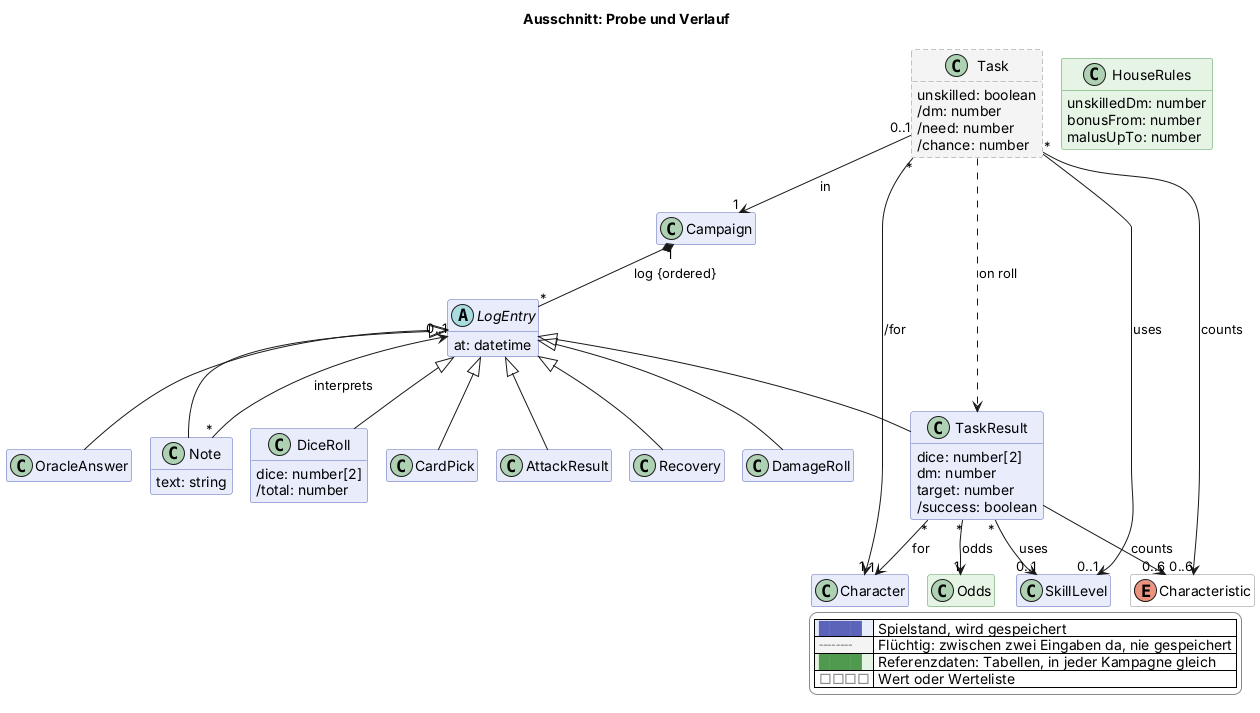
Earlier version of the PlantUML export docs/views/probe.png (scuzzar/SRE).
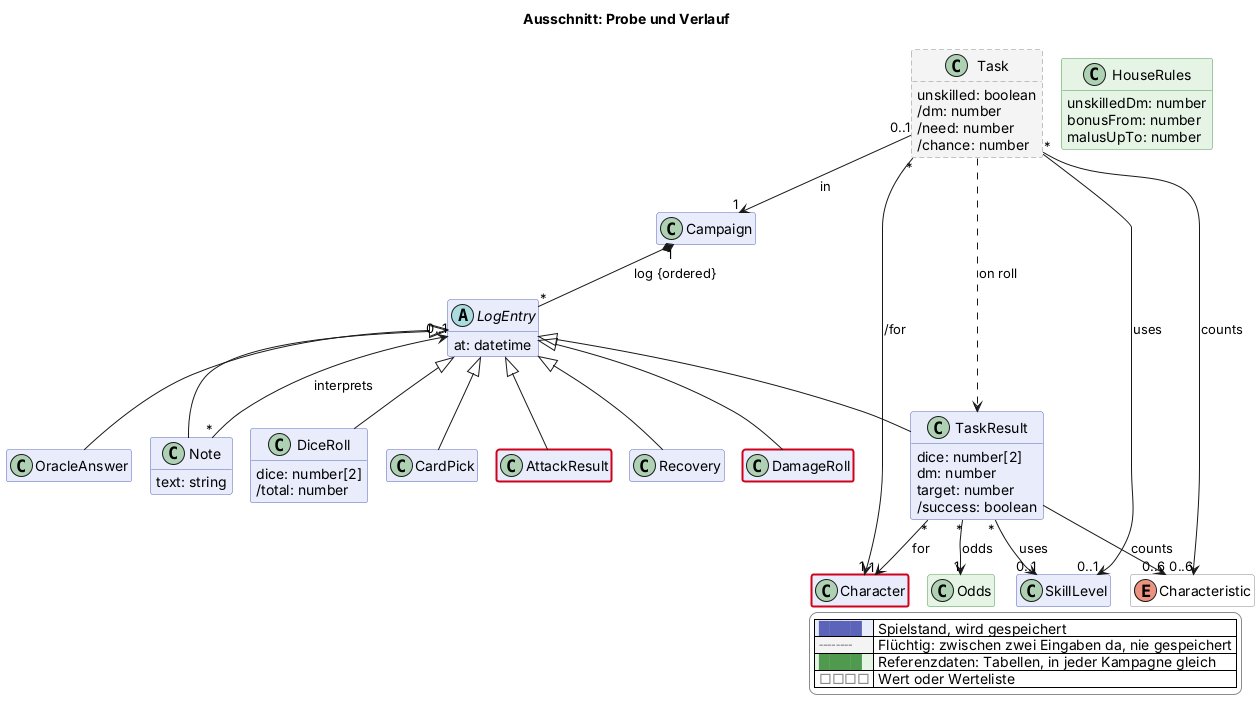
After the commit.

Diff of the diagram source:
```diff
@@ -140,4 +140,7 @@
   |<#e6f4e6> <color:#4f9a4f>████</color> | Referenzdaten: Tabellen, in jeder Kampagne gleich |
   |<#ffffff> <color:#8a8a8a>□□□□</color> | Wert oder Werteliste |
 endlegend
+class Character #line:d0021b;line.bold
+class AttackResult #line:d0021b;line.bold
+class DamageRoll #line:d0021b;line.bold
 @enduml
```
